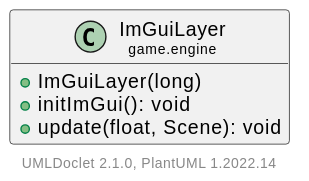
Hirschiii/JavaGameEngine keeps this PlantUML diagram as doc/javadoc/game/engine/ImGuiLayer.svg. Above is the earlier version.
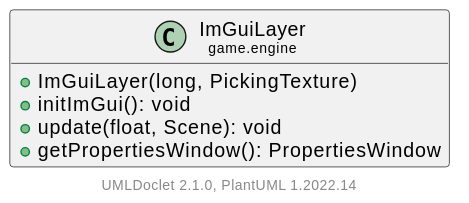
After the commit.

Diff of the diagram source:
```diff
@@ -4,9 +4,10 @@
     hide empty methods
 
     class "<size:14>ImGuiLayer\n<size:10>game.engine" as game.engine.ImGuiLayer [[ImGuiLayer.html]] {
-        +ImGuiLayer(long)
+        +ImGuiLayer(long, PickingTexture)
         +initImGui(): void
         +update(float, Scene): void
+        +getPropertiesWindow(): PropertiesWindow
     }
 
     center footer UMLDoclet 2.1.0, PlantUML %version()
```
